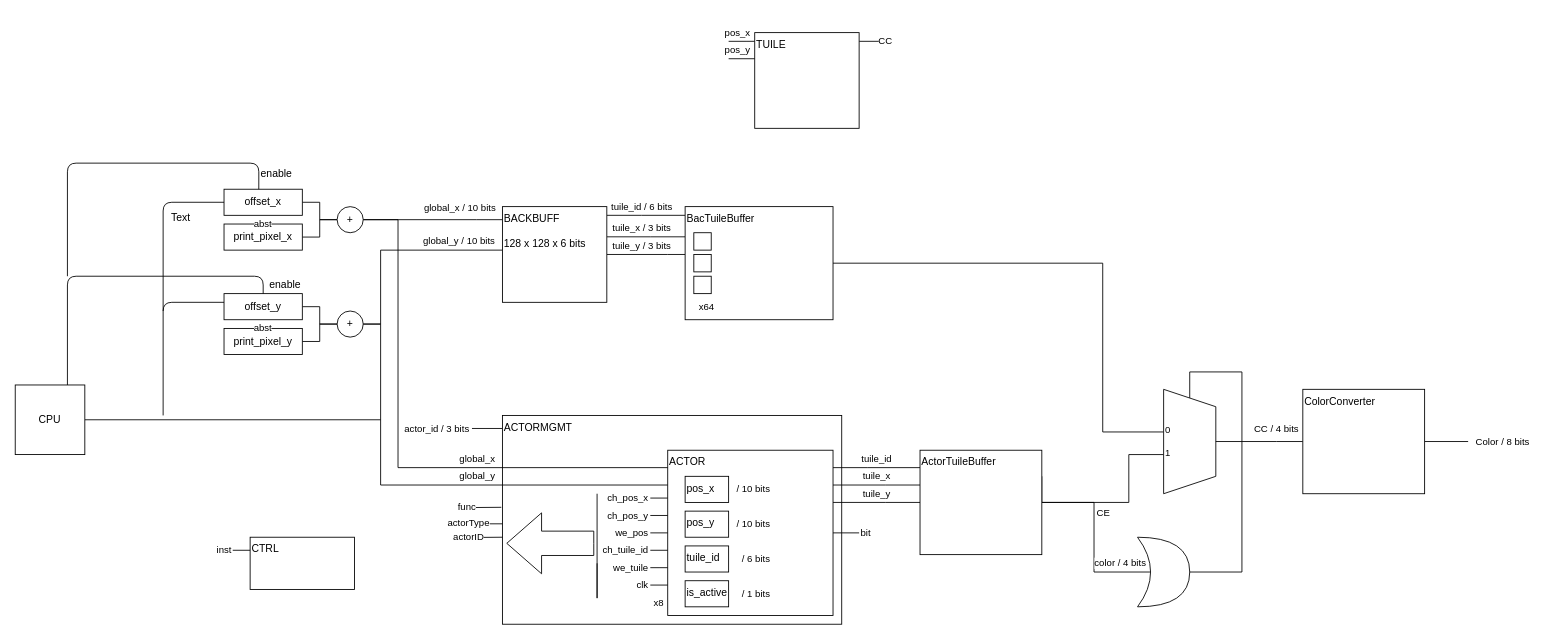
VinceLamy/s4-projet keeps this draw.io diagram as Schéma-bloc.drawio. Above is the earlier version. Source tidied: cells renumbered, new cells numbered last; positions are measured from the earlier drawing's top-left corner, leaving out a move shared by most shapes. Both pictures are drawn from the tidied source at 87%, with x=0, y=0 at pixel (15, 32).
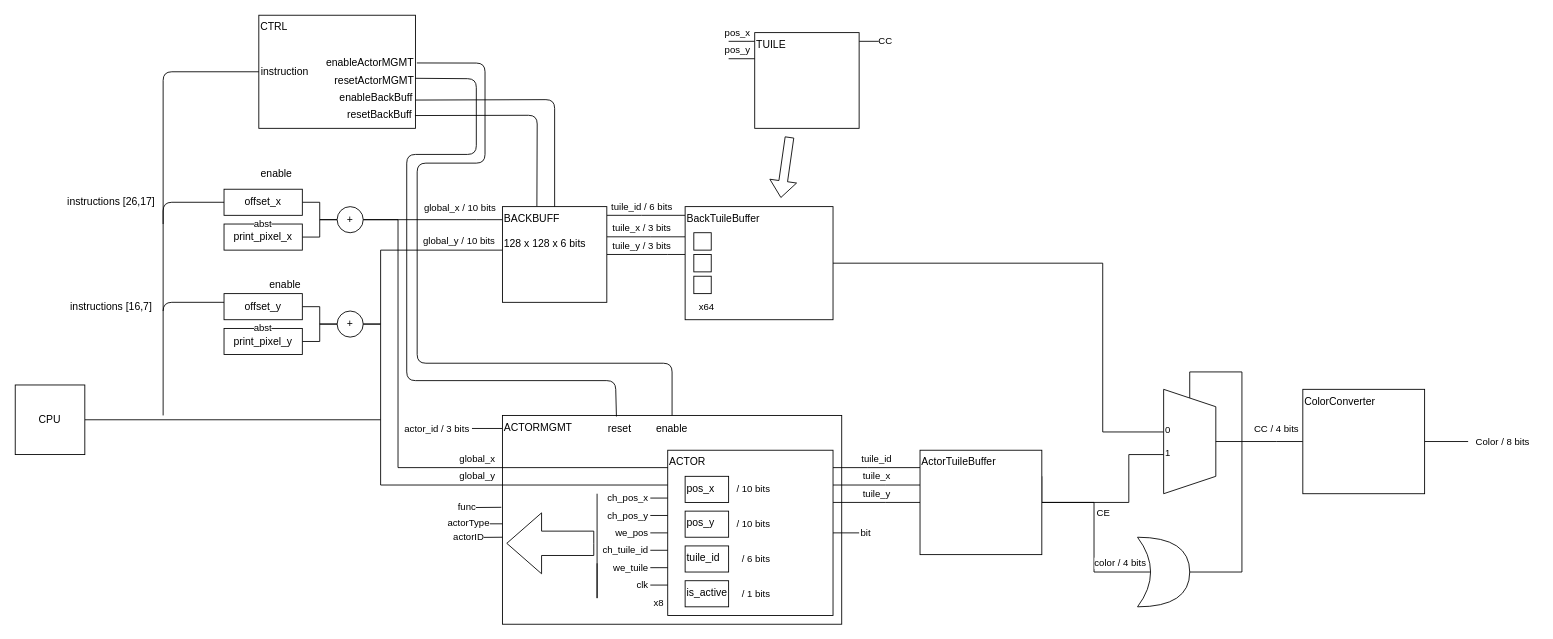
The same page after the edit.

Unchanged cells that the change refers to:
```xml
<mxCell id="7" value="offset_x" style="rounded=0;whiteSpace=wrap;html=1;" parent="1" vertex="1">
  <mxGeometry x="240" y="180" width="90" height="30" as="geometry" />
</mxCell>
<mxCell id="9" value="offset_y" style="rounded=0;whiteSpace=wrap;html=1;" parent="1" vertex="1">
  <mxGeometry x="240" y="300" width="90" height="30" as="geometry" />
</mxCell>
<mxCell id="18" value="&lt;div align=&quot;left&quot;&gt;BACKBUFF&lt;/div&gt;&lt;div&gt;&lt;br&gt;&lt;/div&gt;&lt;div&gt;128 x 128 x 6 bits&lt;/div&gt;" style="rounded=0;whiteSpace=wrap;html=1;align=left;verticalAlign=top;" parent="1" vertex="1">
  <mxGeometry x="560" y="200" width="120" height="110" as="geometry" />
</mxCell>
<mxCell id="32" value="&lt;span&gt;&lt;font style=&quot;color: rgb(0, 0, 0);&quot;&gt;ACTORMGMT&lt;/font&gt;&lt;/span&gt;" style="rounded=0;whiteSpace=wrap;html=1;align=left;verticalAlign=top;" parent="1" vertex="1">
  <mxGeometry x="560" y="440" width="390" height="240" as="geometry" />
</mxCell>
<mxCell id="89" value="CPU" style="whiteSpace=wrap;html=1;" parent="1" vertex="1">
  <mxGeometry y="405" width="80" height="80" as="geometry" />
</mxCell>
```

Change to the diagram source:
```diff
@@
     <mxCell id="19" value="CTRL" style="rounded=0;whiteSpace=wrap;html=1;align=left;verticalAlign=top;" parent="1" vertex="1">
-      <mxGeometry x="270" y="580" width="120" height="60" as="geometry" />
+      <mxGeometry x="280" y="-20" width="180" height="130" as="geometry" />
     </mxCell>
-    <mxCell id="20" value="inst" style="endArrow=none;html=1;rounded=0;entryX=0;entryY=0.25;entryDx=0;entryDy=0;" parent="1" edge="1" target="19">
-      <mxGeometry x="-1" y="-10" relative="1" as="geometry">
-        <mxPoint x="250" y="595" as="sourcePoint" />
-        <mxPoint x="-10" y="-10" as="offset" />
-      </mxGeometry>
-    </mxCell>
@@
-    <mxCell id="22" value="&lt;span&gt;&lt;font style=&quot;color: rgb(0, 0, 0);&quot;&gt;BacTuileBuffer&lt;/font&gt;&lt;/span&gt;" style="rounded=0;whiteSpace=wrap;html=1;align=left;verticalAlign=top;" parent="1" vertex="1">
+    <mxCell id="22" value="&lt;span&gt;&lt;font style=&quot;color: rgb(0, 0, 0);&quot;&gt;BackTuileBuffer&lt;/font&gt;&lt;/span&gt;" style="rounded=0;whiteSpace=wrap;html=1;align=left;verticalAlign=top;" parent="1" vertex="1">
       <mxGeometry x="770" y="200" width="170" height="130" as="geometry" />
     </mxCell>
@@
-    <mxCell id="90" style="endArrow=none;html=1;entryX=0.5;entryY=0;entryDx=0;entryDy=0;exitX=0.75;exitY=0;exitDx=0;exitDy=0;edgeStyle=orthogonalEdgeStyle;elbow=vertical;" parent="1" edge="1" source="89" target="9">
-      <mxGeometry relative="1" as="geometry">
-        <Array as="points">
-          <mxPoint x="60" y="280" />
-          <mxPoint x="285" y="280" />
-        </Array>
-      </mxGeometry>
-    </mxCell>
-    <mxCell id="91" style="endArrow=none;html=1;entryX=0.444;entryY=0;entryDx=0;entryDy=0;entryPerimeter=0;edgeStyle=orthogonalEdgeStyle;" parent="1" edge="1" target="7">
-      <mxGeometry relative="1" as="geometry">
-        <mxPoint x="60" y="280" as="sourcePoint" />
-        <Array as="points">
-          <mxPoint x="60" y="150" />
-          <mxPoint x="280" y="150" />
-        </Array>
-      </mxGeometry>
-    </mxCell>
@@
-    <mxCell id="94" value="Text" style="text;html=1;align=center;verticalAlign=middle;strokeColor=none;fillColor=none;" parent="1" vertex="1">
-      <mxGeometry x="165" y="198" width="50" height="30" as="geometry" />
-    </mxCell>
+    <mxCell id="95" style="endArrow=none;html=1;entryX=0.5;entryY=0;entryDx=0;entryDy=0;exitX=1;exitY=0.75;exitDx=0;exitDy=0;" parent="1" edge="1" source="19" target="18">
+      <mxGeometry relative="1" as="geometry">
+        <Array as="points">
+          <mxPoint x="620" y="77" />
+        </Array>
+      </mxGeometry>
+    </mxCell>
+    <mxCell id="96" style="endArrow=none;html=1;entryX=0.33;entryY=-0.005;entryDx=0;entryDy=0;entryPerimeter=0;exitX=0.997;exitY=0.887;exitDx=0;exitDy=0;exitPerimeter=0;" parent="1" edge="1" source="19" target="18">
+      <mxGeometry relative="1" as="geometry">
+        <Array as="points">
+          <mxPoint x="600" y="95" />
+        </Array>
+      </mxGeometry>
+    </mxCell>
+    <mxCell id="97" value="enableBackBuff" style="text;html=1;align=center;verticalAlign=middle;whiteSpace=wrap;rounded=0;" parent="1" vertex="1">
+      <mxGeometry x="385" y="60" width="60" height="30" as="geometry" />
+    </mxCell>
+    <mxCell id="98" value="resetBackBuff" style="text;html=1;align=center;verticalAlign=middle;whiteSpace=wrap;rounded=0;" parent="1" vertex="1">
+      <mxGeometry x="389" y="80" width="60" height="30" as="geometry" />
+    </mxCell>
+    <mxCell id="99" value="instructions [26,17]" style="text;html=1;align=center;verticalAlign=middle;strokeColor=none;fillColor=none;" parent="1" vertex="1">
+      <mxGeometry x="50" y="180" width="120" height="30" as="geometry" />
+    </mxCell>
+    <mxCell id="100" value="instructions [16,7]" style="text;html=1;align=center;verticalAlign=middle;strokeColor=none;fillColor=none;" parent="1" vertex="1">
+      <mxGeometry x="50" y="300" width="120" height="30" as="geometry" />
+    </mxCell>
+    <mxCell id="101" value="instruction" style="text;strokeColor=none;align=center;fillColor=none;html=1;verticalAlign=middle;whiteSpace=wrap;rounded=0;" parent="1" vertex="1">
+      <mxGeometry x="280" y="30" width="60" height="30" as="geometry" />
+    </mxCell>
+    <mxCell id="102" style="endArrow=none;html=1;entryX=0;entryY=0.5;entryDx=0;entryDy=0;" parent="1" edge="1" target="101">
+      <mxGeometry relative="1" as="geometry">
+        <mxPoint x="170" y="220" as="sourcePoint" />
+        <Array as="points">
+          <mxPoint x="170" y="45" />
+        </Array>
+      </mxGeometry>
+    </mxCell>
+    <mxCell id="103" style="shape=flexArrow;endArrow=classic;html=1;" parent="1" edge="1">
+      <mxGeometry relative="1" as="geometry">
+        <mxPoint x="890" y="120" as="sourcePoint" />
+        <mxPoint x="880" y="190" as="targetPoint" />
+      </mxGeometry>
+    </mxCell>
+    <mxCell id="104" value="enableActorMGMT" style="text;html=1;align=center;verticalAlign=middle;whiteSpace=wrap;rounded=0;" parent="1" vertex="1">
+      <mxGeometry x="378" y="20" width="60" height="30" as="geometry" />
+    </mxCell>
+    <mxCell id="105" style="endArrow=none;html=1;entryX=1.009;entryY=0.422;entryDx=0;entryDy=0;entryPerimeter=0;exitX=0.5;exitY=0;exitDx=0;exitDy=0;" parent="1" edge="1" source="106" target="19">
+      <mxGeometry relative="1" as="geometry">
+        <Array as="points">
+          <mxPoint x="755" y="380" />
+          <mxPoint x="462" y="380" />
+          <mxPoint x="462" y="150" />
+          <mxPoint x="540" y="150" />
+          <mxPoint x="540" y="35" />
+        </Array>
+      </mxGeometry>
+    </mxCell>
+    <mxCell id="106" value="enable" style="text;html=1;align=center;verticalAlign=middle;whiteSpace=wrap;rounded=0;" parent="1" vertex="1">
+      <mxGeometry x="725" y="440" width="60" height="30" as="geometry" />
+    </mxCell>
+    <mxCell id="107" style="endArrow=none;html=1;entryX=1.009;entryY=0.422;entryDx=0;entryDy=0;entryPerimeter=0;exitX=0.336;exitY=0.005;exitDx=0;exitDy=0;exitPerimeter=0;" parent="1" edge="1" source="32">
+      <mxGeometry relative="1" as="geometry">
+        <mxPoint x="460" y="52.5" as="targetPoint" />
+        <Array as="points">
+          <mxPoint x="690" y="400" />
+          <mxPoint x="450" y="400" />
+          <mxPoint x="450" y="140" />
+          <mxPoint x="530" y="140" />
+          <mxPoint x="530" y="53" />
+        </Array>
+      </mxGeometry>
+    </mxCell>
+    <mxCell id="108" value="reset" style="text;html=1;align=center;verticalAlign=middle;whiteSpace=wrap;rounded=0;" parent="1" vertex="1">
+      <mxGeometry x="665" y="440" width="60" height="30" as="geometry" />
+    </mxCell>
+    <mxCell id="109" value="resetActorMGMT" style="text;html=1;align=center;verticalAlign=middle;whiteSpace=wrap;rounded=0;" parent="1" vertex="1">
+      <mxGeometry x="383" y="40" width="60" height="30" as="geometry" />
+    </mxCell>
```
